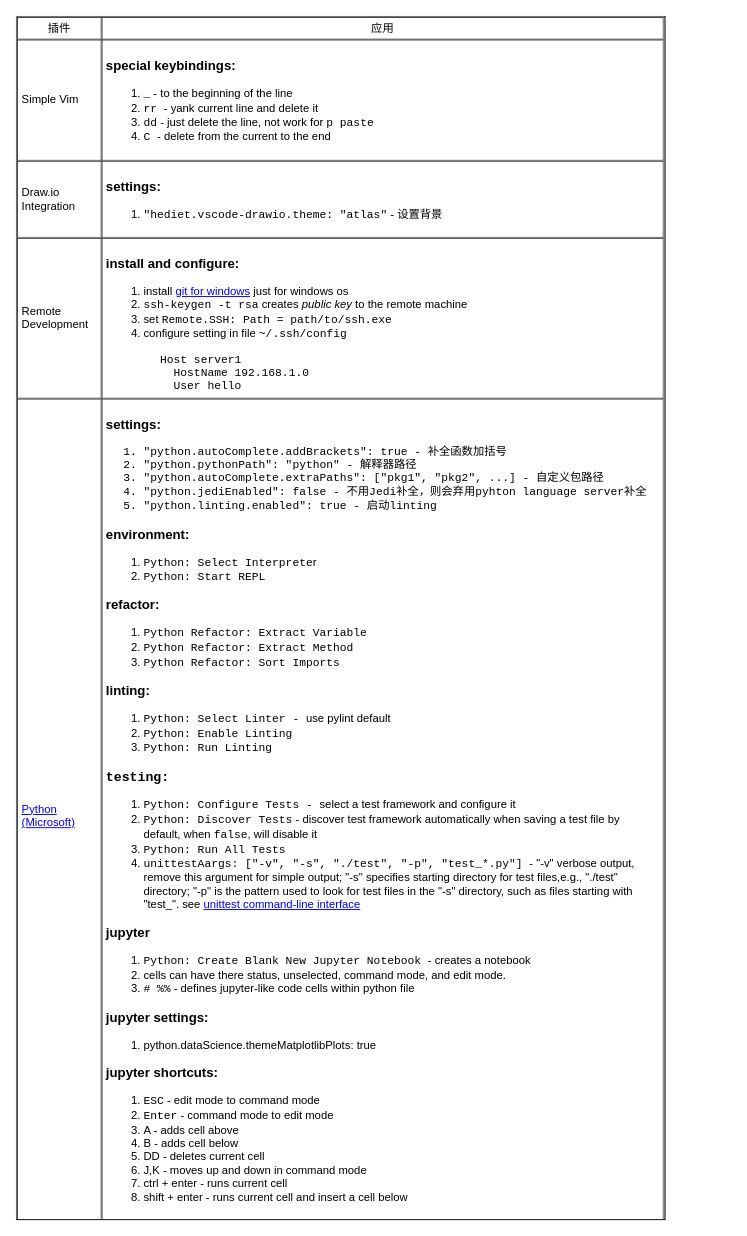
This is page "plugins" (4 of 5) of editor/vscode/vscode.drawio from yangdj/tf_docs, a draw.io file, before an edit. Source tidied: cells renumbered, new cells numbered last; positions are measured from the earlier drawing's top-left corner, leaving out a move shared by most shapes. Both pictures are drawn from the tidied source at 94%, with x=0, y=0 at pixel (16, 16).
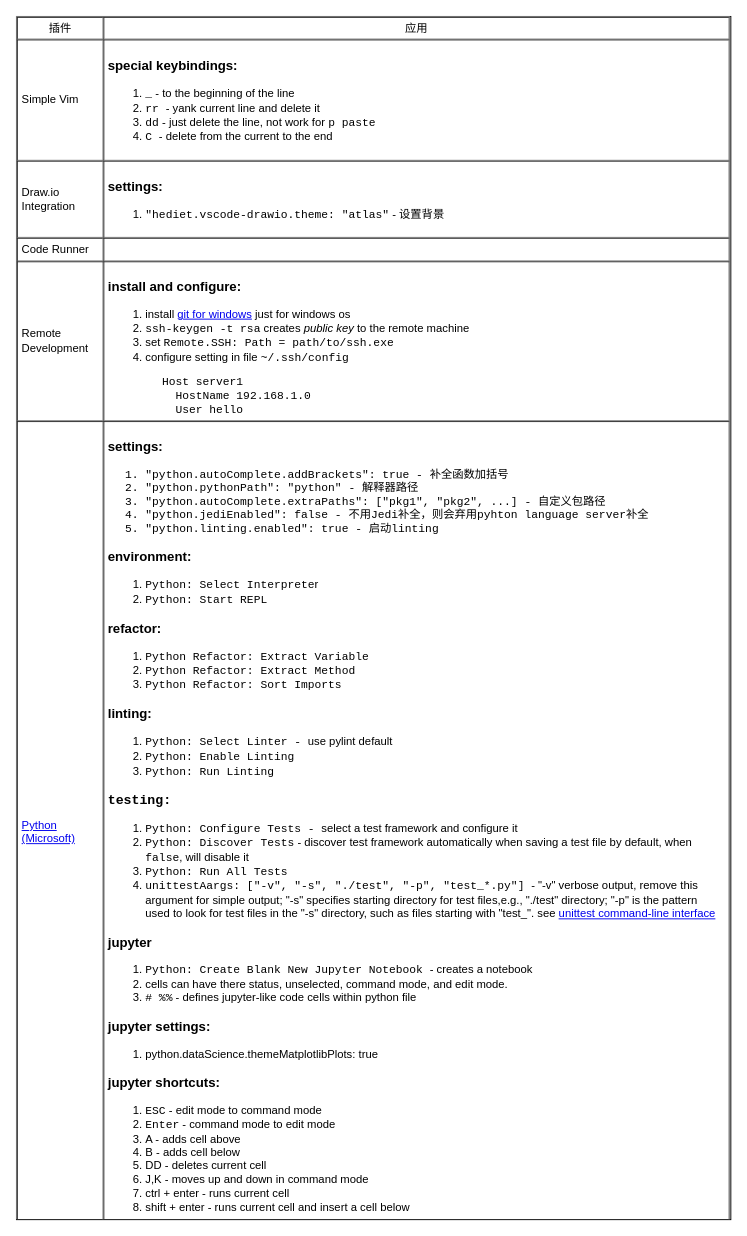
Above is the later version.

The edit, as a diff of the source:
```diff
@@
 <mxGraphModel>
   <root>
     <mxCell id="0" />
     <mxCell id="1" parent="0" />
-    <mxCell id="2" value="&lt;table cellpadding=&quot;4&quot; cellspacing=&quot;0&quot; border=&quot;1&quot; style=&quot;font-size: 1em ; width: 100% ; height: 100%&quot;&gt;&lt;tbody&gt;&lt;tr&gt;&lt;th style=&quot;text-align: center&quot;&gt;&lt;span style=&quot;font-weight: normal&quot;&gt;插件&lt;/span&gt;&lt;/th&gt;&lt;th style=&quot;text-align: center&quot;&gt;&lt;span style=&quot;font-weight: normal&quot;&gt;应用&lt;/span&gt;&lt;/th&gt;&lt;/tr&gt;&lt;tr&gt;&lt;td&gt;Simple Vim&lt;/td&gt;&lt;td&gt;&lt;h3&gt;special keybindings:&lt;/h3&gt;&lt;div&gt;&lt;ol&gt;&lt;li&gt;&lt;font face=&quot;Courier New&quot;&gt;_&lt;/font&gt; - to the beginning of the line&lt;/li&gt;&lt;li&gt;&lt;font face=&quot;Courier New&quot;&gt;rr &lt;/font&gt;- yank current line and delete it&lt;/li&gt;&lt;li&gt;&lt;font face=&quot;Courier New&quot;&gt;dd&lt;/font&gt;&amp;nbsp;- just delete the line, not work for &lt;font face=&quot;Courier New&quot;&gt;p paste&lt;/font&gt;&lt;/li&gt;&lt;li&gt;&lt;font face=&quot;Courier New&quot;&gt;C &lt;/font&gt;- delete from the current to the end&lt;/li&gt;&lt;/ol&gt;&lt;/div&gt;&lt;/td&gt;&lt;/tr&gt;&lt;tr&gt;&lt;td&gt;Draw.io Integration&lt;/td&gt;&lt;td&gt;&lt;h3&gt;settings:&lt;/h3&gt;&lt;div&gt;&lt;ol&gt;&lt;li&gt;&lt;font face=&quot;Courier New&quot;&gt;&quot;hediet.vscode-drawio.theme: &quot;atlas&quot;&lt;/font&gt; -&amp;nbsp;设置背景&lt;/li&gt;&lt;/ol&gt;&lt;/div&gt;&lt;/td&gt;&lt;/tr&gt;&lt;tr&gt;&lt;td&gt;Remote Development&lt;/td&gt;&lt;td&gt;&lt;h3&gt;install and configure:&lt;/h3&gt;&lt;ol&gt;&lt;li&gt;install &lt;a href=&quot;https://git-scm.com/download/win&quot;&gt;git for windows&lt;/a&gt;&amp;nbsp;just for windows os&lt;/li&gt;&lt;li&gt;&lt;font face=&quot;Courier New&quot;&gt;ssh-keygen -t rsa&lt;/font&gt;&amp;nbsp;creates &lt;i&gt;public key&lt;/i&gt; to the remote machine&lt;/li&gt;&lt;li&gt;set &lt;font face=&quot;Courier New&quot;&gt;Remote.SSH: Path = path/to/ssh.exe&lt;/font&gt;&lt;/li&gt;&lt;li&gt;configure setting in file &lt;font face=&quot;Courier New&quot;&gt;~/.ssh/config&lt;/font&gt;&lt;/li&gt;&lt;/ol&gt;&lt;div&gt;&lt;font face=&quot;Courier New&quot;&gt;&lt;div&gt;&amp;nbsp; &amp;nbsp; &amp;nbsp; &amp;nbsp; Host server1&lt;/div&gt;&lt;div&gt;&amp;nbsp; &amp;nbsp; &amp;nbsp; &amp;nbsp; &amp;nbsp; HostName 192.168.1.0&lt;/div&gt;&lt;div&gt;&amp;nbsp; &amp;nbsp; &amp;nbsp; &amp;nbsp; &amp;nbsp; User hello&lt;/div&gt;&lt;/font&gt;&lt;/div&gt;&lt;/td&gt;&lt;/tr&gt;&lt;tr&gt;&lt;td&gt;&lt;a href=&quot;https://code.visualstudio.com/docs/python/python-tutorial&quot;&gt;Python (Microsoft)&lt;/a&gt;&lt;/td&gt;&lt;td&gt;&lt;h3&gt;settings:&lt;/h3&gt;&lt;p&gt;&lt;/p&gt;&lt;ol&gt;&lt;li style=&quot;font-family: &amp;#34;courier new&amp;#34;&quot;&gt;&lt;font face=&quot;Courier New&quot;&gt;&quot;python.autoComplete.addBrackets&quot;: true - 补全函数加括号&lt;/font&gt;&lt;/li&gt;&lt;li style=&quot;font-family: &amp;#34;courier new&amp;#34;&quot;&gt;&lt;font face=&quot;Courier New&quot;&gt;&quot;python.pythonPath&quot;: &quot;python&quot; - 解释器路径&lt;/font&gt;&lt;/li&gt;&lt;li style=&quot;font-family: &amp;#34;courier new&amp;#34;&quot;&gt;&quot;python.autoComplete.extraPaths&quot;: [&quot;pkg1&quot;, &quot;pkg2&quot;, ...] - 自定义包路径&lt;/li&gt;&lt;li style=&quot;font-family: &amp;#34;courier new&amp;#34;&quot;&gt;&quot;python.jediEnabled&quot;: false - 不用&lt;font face=&quot;Courier New&quot; style=&quot;font-size: 1em&quot;&gt;Jedi&lt;/font&gt;&lt;font face=&quot;courier new&quot; style=&quot;font-size: 1em&quot;&gt;补全，则会弃用pyhton language server补全&lt;/font&gt;&lt;/li&gt;&lt;li style=&quot;font-family: &amp;#34;courier new&amp;#34;&quot;&gt;&quot;python.linting.enabled&quot;: true - 启动linting&lt;/li&gt;&lt;/ol&gt;&lt;p&gt;&lt;/p&gt;&lt;h3&gt;environment:&lt;/h3&gt;&lt;ol&gt;&lt;li&gt;&lt;font face=&quot;Courier New&quot;&gt;Python: Select Interprete&lt;/font&gt;r&lt;/li&gt;&lt;li&gt;&lt;font face=&quot;Courier New&quot;&gt;Python: Start REPL&lt;/font&gt;&lt;/li&gt;&lt;/ol&gt;&lt;h3&gt;refactor:&lt;/h3&gt;&lt;ol&gt;&lt;li&gt;&lt;font face=&quot;Courier New&quot;&gt;Python Refactor: Extract Variable&lt;/font&gt;&lt;/li&gt;&lt;li&gt;&lt;font face=&quot;Courier New&quot;&gt;Python Refactor: Extract Method&lt;/font&gt;&lt;/li&gt;&lt;li&gt;&lt;font face=&quot;Courier New&quot;&gt;Python Refactor: Sort Imports&lt;br&gt;&lt;/font&gt;&lt;/li&gt;&lt;/ol&gt;&lt;h3&gt;linting:&lt;/h3&gt;&lt;div&gt;&lt;ol&gt;&lt;li&gt;&lt;font face=&quot;Courier New&quot;&gt;Python: Select Linter - &lt;/font&gt;use pylint default&lt;/li&gt;&lt;li&gt;&lt;font face=&quot;Courier New&quot;&gt;Python: Enable Linting&lt;/font&gt;&lt;/li&gt;&lt;li&gt;&lt;font face=&quot;Courier New&quot;&gt;Python: Run Linting&lt;/font&gt;&lt;/li&gt;&lt;/ol&gt;&lt;h3&gt;&lt;font face=&quot;Courier New&quot;&gt;testing:&lt;/font&gt;&lt;/h3&gt;&lt;/div&gt;&lt;div&gt;&lt;ol&gt;&lt;li&gt;&lt;font face=&quot;Courier New&quot;&gt;Python: Configure Tests - &lt;/font&gt;select a test framework and configure it&lt;/li&gt;&lt;li&gt;&lt;font face=&quot;Courier New&quot;&gt;Python: Discover Tests&lt;/font&gt; - discover test framework automatically when saving a test file by default, when &lt;font face=&quot;Courier New&quot;&gt;false&lt;/font&gt;, will disable it&lt;br&gt;&lt;/li&gt;&lt;li&gt;&lt;font face=&quot;Courier New&quot;&gt;Python: Run All Tests&lt;/font&gt;&lt;/li&gt;&lt;li&gt;&lt;font face=&quot;Courier New&quot;&gt;unittestAargs: [&quot;-v&quot;, &quot;-s&quot;, &quot;./test&quot;, &quot;-p&quot;, &quot;test_*.py&quot;] &lt;/font&gt;- &quot;-v&quot; verbose output, remove this argument for simple output; &quot;-s&quot; specifies starting directory for test files,e.g., &quot;./test&quot; directory; &quot;-p&quot; is the pattern used to look for test files in the &quot;-s&quot; directory, such as files starting with &quot;test_&quot;. see&amp;nbsp;&lt;a href=&quot;https://docs.python.org/3/library/unittest.html#command-line-interface&quot;&gt;unittest command-line interface&lt;/a&gt;&lt;/li&gt;&lt;/ol&gt;&lt;h3&gt;jupyter&lt;/h3&gt;&lt;/div&gt;&lt;div&gt;&lt;ol&gt;&lt;li&gt;&lt;font face=&quot;Courier New&quot;&gt;Python: Create Blank New Jupyter Notebook &lt;/font&gt;- creates a notebook&lt;/li&gt;&lt;li&gt;cells can have there status, unselected, command mode, and edit mode.&lt;/li&gt;&lt;li&gt;&lt;font face=&quot;Courier New&quot;&gt;# %%&lt;/font&gt; - defines jupyter-like code cells within python file&amp;nbsp;&lt;/li&gt;&lt;/ol&gt;&lt;h3&gt;jupyter settings:&lt;/h3&gt;&lt;div&gt;&lt;ol&gt;&lt;li&gt;python.dataScience.themeMatplotlibPlots: true&lt;br&gt;&lt;/li&gt;&lt;/ol&gt;&lt;/div&gt;&lt;h3&gt;jupyter shortcuts:&lt;/h3&gt;&lt;ol&gt;&lt;li&gt;&lt;font face=&quot;Courier New&quot; style=&quot;font-size: 1em&quot;&gt;ESC&lt;/font&gt;&lt;span style=&quot;font-size: 1em&quot;&gt;&amp;nbsp;- edit mode to command mode&lt;/span&gt;&lt;/li&gt;&lt;li&gt;&lt;font face=&quot;Courier New&quot; style=&quot;font-size: 1em&quot;&gt;Enter&lt;/font&gt;&lt;span style=&quot;font-size: 1em&quot;&gt;&amp;nbsp;- command mode to edit mode&lt;/span&gt;&lt;/li&gt;&lt;li&gt;&lt;span style=&quot;font-size: 1em&quot;&gt;A - adds cell above&lt;/span&gt;&lt;/li&gt;&lt;li&gt;&lt;span style=&quot;font-size: 1em&quot;&gt;B - adds cell below&lt;/span&gt;&lt;/li&gt;&lt;li&gt;&lt;span style=&quot;font-size: 1em&quot;&gt;DD - deletes current cell&lt;/span&gt;&lt;/li&gt;&lt;li&gt;&lt;span style=&quot;font-size: 1em&quot;&gt;J,K - moves up and down in command mode&lt;/span&gt;&lt;/li&gt;&lt;li&gt;&lt;span style=&quot;font-size: 1em&quot;&gt;ctrl + enter - runs current cell&lt;/span&gt;&lt;/li&gt;&lt;li&gt;&lt;span style=&quot;font-size: 1em&quot;&gt;shift + enter - runs current cell and insert a cell below&lt;/span&gt;&lt;/li&gt;&lt;/ol&gt;&lt;div&gt;&lt;br&gt;&lt;/div&gt;&lt;/div&gt;&lt;/td&gt;&lt;/tr&gt;&lt;/tbody&gt;&lt;/table&gt; " style="verticalAlign=top;align=left;overflow=fill;fontSize=12;fontFamily=Helvetica;html=1;whiteSpace=wrap;" parent="1" vertex="1">
-      <mxGeometry width="690" height="1280" as="geometry" />
+    <mxCell id="2" value="&lt;table cellpadding=&quot;4&quot; cellspacing=&quot;0&quot; border=&quot;1&quot; style=&quot;font-size: 1em ; width: 100% ; height: 100%&quot;&gt;&lt;tbody&gt;&lt;tr&gt;&lt;th style=&quot;text-align: center&quot;&gt;&lt;span style=&quot;font-weight: normal&quot;&gt;插件&lt;/span&gt;&lt;/th&gt;&lt;th style=&quot;text-align: center&quot;&gt;&lt;span style=&quot;font-weight: normal&quot;&gt;应用&lt;/span&gt;&lt;/th&gt;&lt;/tr&gt;&lt;tr&gt;&lt;td&gt;Simple Vim&lt;/td&gt;&lt;td&gt;&lt;h3&gt;special keybindings:&lt;/h3&gt;&lt;div&gt;&lt;ol&gt;&lt;li&gt;&lt;font face=&quot;Courier New&quot;&gt;_&lt;/font&gt; - to the beginning of the line&lt;/li&gt;&lt;li&gt;&lt;font face=&quot;Courier New&quot;&gt;rr &lt;/font&gt;- yank current line and delete it&lt;/li&gt;&lt;li&gt;&lt;font face=&quot;Courier New&quot;&gt;dd&lt;/font&gt;&amp;nbsp;- just delete the line, not work for &lt;font face=&quot;Courier New&quot;&gt;p paste&lt;/font&gt;&lt;/li&gt;&lt;li&gt;&lt;font face=&quot;Courier New&quot;&gt;C &lt;/font&gt;- delete from the current to the end&lt;/li&gt;&lt;/ol&gt;&lt;/div&gt;&lt;/td&gt;&lt;/tr&gt;&lt;tr&gt;&lt;td&gt;Draw.io Integration&lt;/td&gt;&lt;td&gt;&lt;h3&gt;settings:&lt;/h3&gt;&lt;div&gt;&lt;ol&gt;&lt;li&gt;&lt;font face=&quot;Courier New&quot;&gt;&quot;hediet.vscode-drawio.theme: &quot;atlas&quot;&lt;/font&gt; -&amp;nbsp;设置背景&lt;/li&gt;&lt;/ol&gt;&lt;/div&gt;&lt;/td&gt;&lt;/tr&gt;&lt;tr&gt;&lt;td&gt;Code Runner&lt;/td&gt;&lt;td&gt;&lt;br&gt;&lt;/td&gt;&lt;/tr&gt;&lt;tr&gt;&lt;td&gt;Remote Development&lt;/td&gt;&lt;td&gt;&lt;h3&gt;install and configure:&lt;/h3&gt;&lt;ol&gt;&lt;li&gt;install &lt;a href=&quot;https://git-scm.com/download/win&quot;&gt;git for windows&lt;/a&gt;&amp;nbsp;just for windows os&lt;/li&gt;&lt;li&gt;&lt;font face=&quot;Courier New&quot;&gt;ssh-keygen -t rsa&lt;/font&gt;&amp;nbsp;creates &lt;i&gt;public key&lt;/i&gt; to the remote machine&lt;/li&gt;&lt;li&gt;set &lt;font face=&quot;Courier New&quot;&gt;Remote.SSH: Path = path/to/ssh.exe&lt;/font&gt;&lt;/li&gt;&lt;li&gt;configure setting in file &lt;font face=&quot;Courier New&quot;&gt;~/.ssh/config&lt;/font&gt;&lt;/li&gt;&lt;/ol&gt;&lt;div&gt;&lt;font face=&quot;Courier New&quot;&gt;&lt;div&gt;&amp;nbsp; &amp;nbsp; &amp;nbsp; &amp;nbsp; Host server1&lt;/div&gt;&lt;div&gt;&amp;nbsp; &amp;nbsp; &amp;nbsp; &amp;nbsp; &amp;nbsp; HostName 192.168.1.0&lt;/div&gt;&lt;div&gt;&amp;nbsp; &amp;nbsp; &amp;nbsp; &amp;nbsp; &amp;nbsp; User hello&lt;/div&gt;&lt;/font&gt;&lt;/div&gt;&lt;/td&gt;&lt;/tr&gt;&lt;tr&gt;&lt;td&gt;&lt;a href=&quot;https://code.visualstudio.com/docs/python/python-tutorial&quot;&gt;Python (Microsoft)&lt;/a&gt;&lt;/td&gt;&lt;td&gt;&lt;h3&gt;settings:&lt;/h3&gt;&lt;p&gt;&lt;/p&gt;&lt;ol&gt;&lt;li style=&quot;font-family: &amp;#34;courier new&amp;#34;&quot;&gt;&lt;font face=&quot;Courier New&quot;&gt;&quot;python.autoComplete.addBrackets&quot;: true - 补全函数加括号&lt;/font&gt;&lt;/li&gt;&lt;li style=&quot;font-family: &amp;#34;courier new&amp;#34;&quot;&gt;&lt;font face=&quot;Courier New&quot;&gt;&quot;python.pythonPath&quot;: &quot;python&quot; - 解释器路径&lt;/font&gt;&lt;/li&gt;&lt;li style=&quot;font-family: &amp;#34;courier new&amp;#34;&quot;&gt;&quot;python.autoComplete.extraPaths&quot;: [&quot;pkg1&quot;, &quot;pkg2&quot;, ...] - 自定义包路径&lt;/li&gt;&lt;li style=&quot;font-family: &amp;#34;courier new&amp;#34;&quot;&gt;&quot;python.jediEnabled&quot;: false - 不用&lt;font face=&quot;Courier New&quot; style=&quot;font-size: 1em&quot;&gt;Jedi&lt;/font&gt;&lt;font face=&quot;courier new&quot; style=&quot;font-size: 1em&quot;&gt;补全，则会弃用pyhton language server补全&lt;/font&gt;&lt;/li&gt;&lt;li style=&quot;font-family: &amp;#34;courier new&amp;#34;&quot;&gt;&quot;python.linting.enabled&quot;: true - 启动linting&lt;/li&gt;&lt;/ol&gt;&lt;p&gt;&lt;/p&gt;&lt;h3&gt;environment:&lt;/h3&gt;&lt;ol&gt;&lt;li&gt;&lt;font face=&quot;Courier New&quot;&gt;Python: Select Interprete&lt;/font&gt;r&lt;/li&gt;&lt;li&gt;&lt;font face=&quot;Courier New&quot;&gt;Python: Start REPL&lt;/font&gt;&lt;/li&gt;&lt;/ol&gt;&lt;h3&gt;refactor:&lt;/h3&gt;&lt;ol&gt;&lt;li&gt;&lt;font face=&quot;Courier New&quot;&gt;Python Refactor: Extract Variable&lt;/font&gt;&lt;/li&gt;&lt;li&gt;&lt;font face=&quot;Courier New&quot;&gt;Python Refactor: Extract Method&lt;/font&gt;&lt;/li&gt;&lt;li&gt;&lt;font face=&quot;Courier New&quot;&gt;Python Refactor: Sort Imports&lt;br&gt;&lt;/font&gt;&lt;/li&gt;&lt;/ol&gt;&lt;h3&gt;linting:&lt;/h3&gt;&lt;div&gt;&lt;ol&gt;&lt;li&gt;&lt;font face=&quot;Courier New&quot;&gt;Python: Select Linter - &lt;/font&gt;use pylint default&lt;/li&gt;&lt;li&gt;&lt;font face=&quot;Courier New&quot;&gt;Python: Enable Linting&lt;/font&gt;&lt;/li&gt;&lt;li&gt;&lt;font face=&quot;Courier New&quot;&gt;Python: Run Linting&lt;/font&gt;&lt;/li&gt;&lt;/ol&gt;&lt;h3&gt;&lt;font face=&quot;Courier New&quot;&gt;testing:&lt;/font&gt;&lt;/h3&gt;&lt;/div&gt;&lt;div&gt;&lt;ol&gt;&lt;li&gt;&lt;font face=&quot;Courier New&quot;&gt;Python: Configure Tests - &lt;/font&gt;select a test framework and configure it&lt;/li&gt;&lt;li&gt;&lt;font face=&quot;Courier New&quot;&gt;Python: Discover Tests&lt;/font&gt; - discover test framework automatically when saving a test file by default, when &lt;font face=&quot;Courier New&quot;&gt;false&lt;/font&gt;, will disable it&lt;br&gt;&lt;/li&gt;&lt;li&gt;&lt;font face=&quot;Courier New&quot;&gt;Python: Run All Tests&lt;/font&gt;&lt;/li&gt;&lt;li&gt;&lt;font face=&quot;Courier New&quot;&gt;unittestAargs: [&quot;-v&quot;, &quot;-s&quot;, &quot;./test&quot;, &quot;-p&quot;, &quot;test_*.py&quot;] &lt;/font&gt;- &quot;-v&quot; verbose output, remove this argument for simple output; &quot;-s&quot; specifies starting directory for test files,e.g., &quot;./test&quot; directory; &quot;-p&quot; is the pattern used to look for test files in the &quot;-s&quot; directory, such as files starting with &quot;test_&quot;. see&amp;nbsp;&lt;a href=&quot;https://docs.python.org/3/library/unittest.html#command-line-interface&quot;&gt;unittest command-line interface&lt;/a&gt;&lt;/li&gt;&lt;/ol&gt;&lt;h3&gt;jupyter&lt;/h3&gt;&lt;/div&gt;&lt;div&gt;&lt;ol&gt;&lt;li&gt;&lt;font face=&quot;Courier New&quot;&gt;Python: Create Blank New Jupyter Notebook &lt;/font&gt;- creates a notebook&lt;/li&gt;&lt;li&gt;cells can have there status, unselected, command mode, and edit mode.&lt;/li&gt;&lt;li&gt;&lt;font face=&quot;Courier New&quot;&gt;# %%&lt;/font&gt; - defines jupyter-like code cells within python file&amp;nbsp;&lt;/li&gt;&lt;/ol&gt;&lt;h3&gt;jupyter settings:&lt;/h3&gt;&lt;div&gt;&lt;ol&gt;&lt;li&gt;python.dataScience.themeMatplotlibPlots: true&lt;br&gt;&lt;/li&gt;&lt;/ol&gt;&lt;/div&gt;&lt;h3&gt;jupyter shortcuts:&lt;/h3&gt;&lt;ol&gt;&lt;li&gt;&lt;font face=&quot;Courier New&quot; style=&quot;font-size: 1em&quot;&gt;ESC&lt;/font&gt;&lt;span style=&quot;font-size: 1em&quot;&gt;&amp;nbsp;- edit mode to command mode&lt;/span&gt;&lt;/li&gt;&lt;li&gt;&lt;font face=&quot;Courier New&quot; style=&quot;font-size: 1em&quot;&gt;Enter&lt;/font&gt;&lt;span style=&quot;font-size: 1em&quot;&gt;&amp;nbsp;- command mode to edit mode&lt;/span&gt;&lt;/li&gt;&lt;li&gt;&lt;span style=&quot;font-size: 1em&quot;&gt;A - adds cell above&lt;/span&gt;&lt;/li&gt;&lt;li&gt;&lt;span style=&quot;font-size: 1em&quot;&gt;B - adds cell below&lt;/span&gt;&lt;/li&gt;&lt;li&gt;&lt;span style=&quot;font-size: 1em&quot;&gt;DD - deletes current cell&lt;/span&gt;&lt;/li&gt;&lt;li&gt;&lt;span style=&quot;font-size: 1em&quot;&gt;J,K - moves up and down in command mode&lt;/span&gt;&lt;/li&gt;&lt;li&gt;&lt;span style=&quot;font-size: 1em&quot;&gt;ctrl + enter - runs current cell&lt;/span&gt;&lt;/li&gt;&lt;li&gt;&lt;span style=&quot;font-size: 1em&quot;&gt;shift + enter - runs current cell and insert a cell below&lt;/span&gt;&lt;/li&gt;&lt;/ol&gt;&lt;div&gt;&lt;br&gt;&lt;/div&gt;&lt;/div&gt;&lt;/td&gt;&lt;/tr&gt;&lt;/tbody&gt;&lt;/table&gt; " style="verticalAlign=top;align=left;overflow=fill;fontSize=12;fontFamily=Helvetica;html=1;whiteSpace=wrap;" parent="1" vertex="1">
+      <mxGeometry width="760" height="1280" as="geometry" />
     </mxCell>
   </root>
 </mxGraphModel>
```
